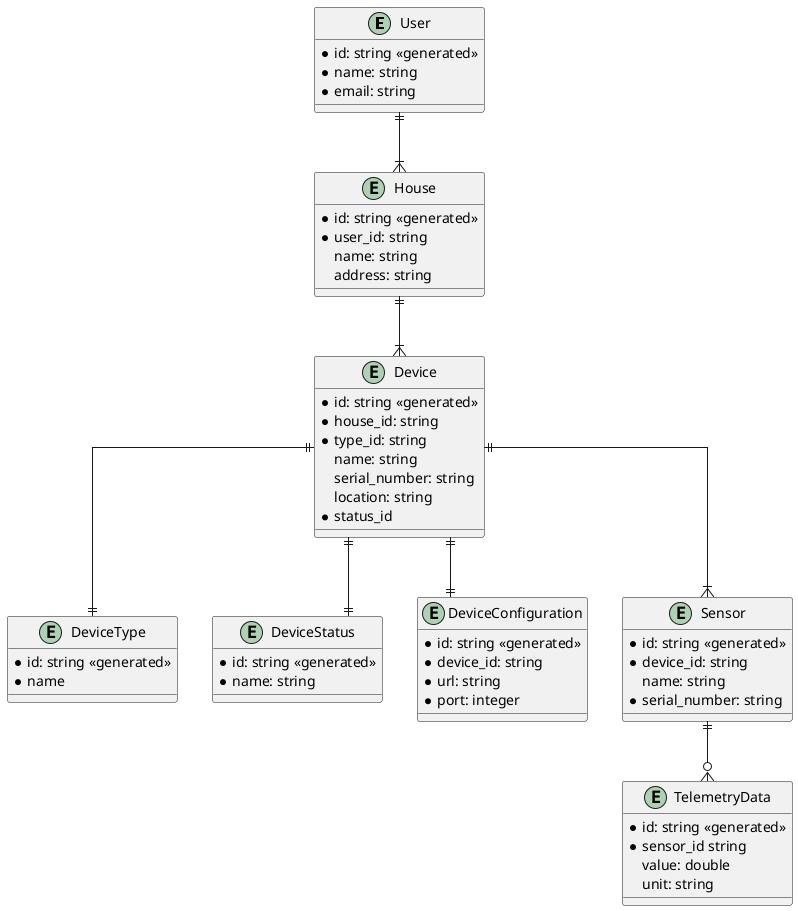
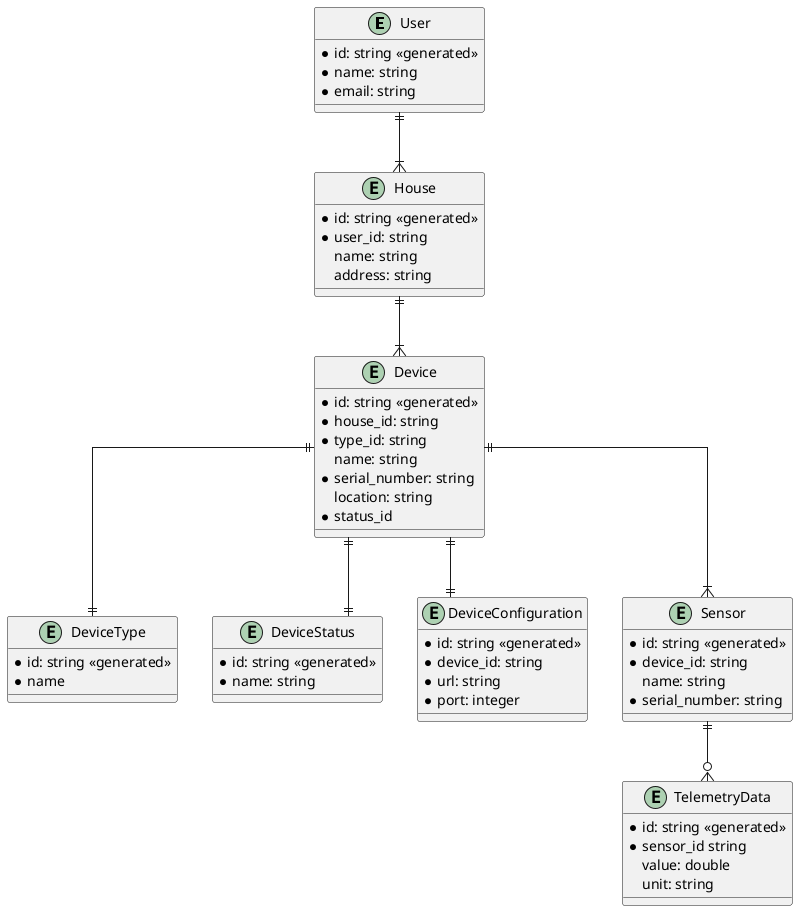
@startuml

skinparam linetype ortho

entity User {
    * id: string <<generated>>
    * name: string
    * email: string
}

entity House {
    * id: string <<generated>>
    * user_id: string
    name: string
    address: string
}

entity Device {
    * id: string <<generated>>
    * house_id: string
    * type_id: string
    name: string
-     serial_number: string
+     *serial_number: string
    location: string
    * status_id
}

entity DeviceType {
    * id: string <<generated>>
    * name
}

entity DeviceStatus {
    * id: string <<generated>>
    * name: string
}

entity DeviceConfiguration {
    * id: string <<generated>>
    * device_id: string
    * url: string
    * port: integer
}

entity Sensor {
    * id: string <<generated>>
    * device_id: string
    name: string
    * serial_number: string
}

entity TelemetryData {
    * id: string <<generated>>
    * sensor_id string
    value: double
    unit: string
}

User ||--|{ House
House ||--|{ Device
Device ||--|| DeviceType
Device ||--|| DeviceStatus
Device ||--|| DeviceConfiguration
Device ||--|{ Sensor
Sensor ||--o{ TelemetryData

@enduml